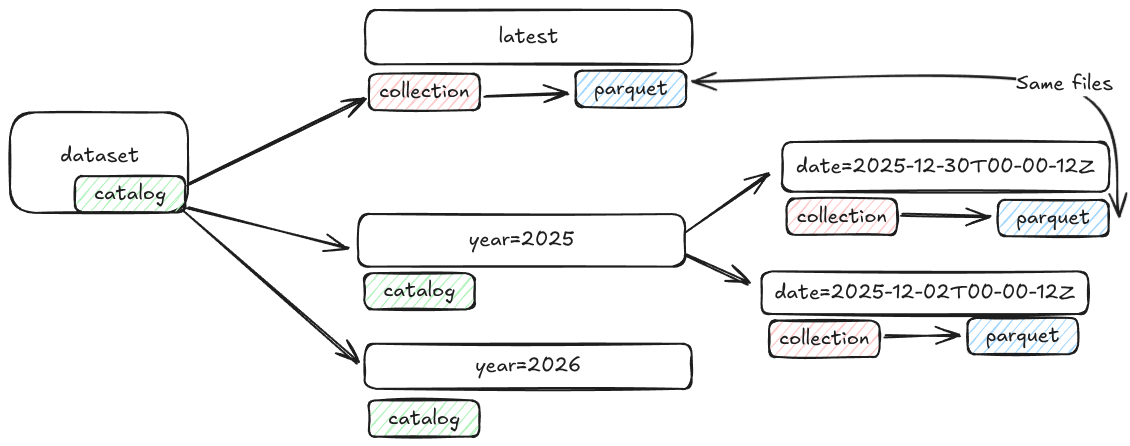
Above: docs/storage.structure.date.excalidraw.png in linz/topographic-system (Excalidraw), before the change. Source tidied: one line per element, renumbered; positions are measured from the earlier drawing's top-left corner, leaving out a move shared by most shapes.
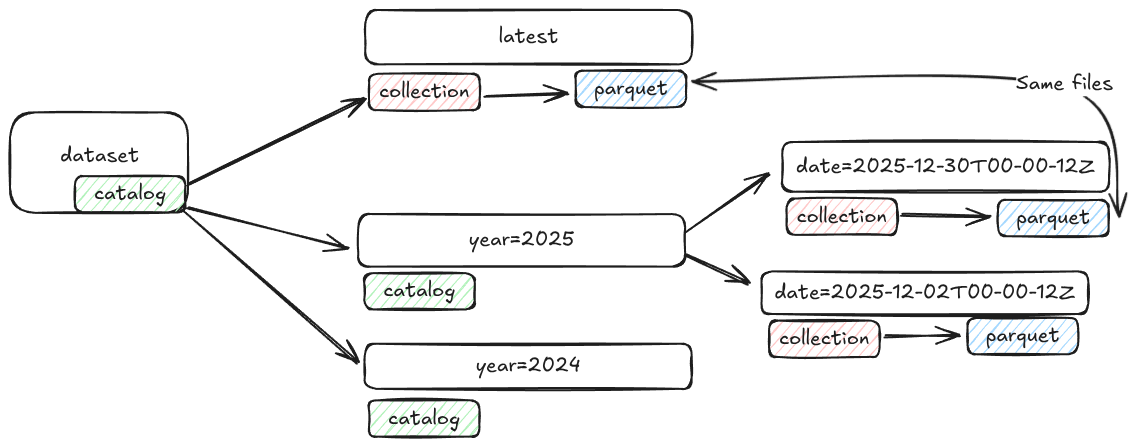
Above is the later version.

Commit message:
refactor: swap year to 2024

What changed in the source:
```diff
@@ -15,7 +15,7 @@
 {"id": 14, "type": "text", "text": "catalog", "strokeColor": "#1e1e1e", "backgroundColor": "#b2f2bb", "fillStyle": "hachure", "strokeWidth": 2, "roughness": 1, "fontSize": 20, "fontFamily": 5, "textAlign": "center", "verticalAlign": "middle", "inside": 13, "x": 374, "y": 269, "width": 72, "height": 25}
 {"id": 15, "type": "arrow", "strokeColor": "#1e1e1e", "backgroundColor": "#a5d8ff", "fillStyle": "hachure", "strokeWidth": 2, "roughness": 1, "endArrowhead": "arrow", "round": true, "from": 2, "to": 11, "x": 177, "y": 198, "width": 161, "height": 40, "points": [[0, 0], [161, 40]]}
 {"id": 16, "type": "rectangle", "strokeColor": "#1e1e1e", "strokeWidth": 2, "roughness": 1, "round": true, "x": 355, "y": 334, "width": 327, "height": 45}
-{"id": 17, "type": "text", "text": "year=2026", "strokeColor": "#1e1e1e", "backgroundColor": "#b2f2bb", "fillStyle": "hachure", "strokeWidth": 2, "roughness": 1, "fontSize": 20, "fontFamily": 5, "textAlign": "center", "verticalAlign": "middle", "inside": 16, "x": 465, "y": 344, "width": 106, "height": 25}
+{"id": 17, "type": "text", "text": "year=2024", "strokeColor": "#1e1e1e", "backgroundColor": "#b2f2bb", "fillStyle": "hachure", "strokeWidth": 2, "roughness": 1, "fontSize": 20, "fontFamily": 5, "textAlign": "center", "verticalAlign": "middle", "inside": 16, "x": 466, "y": 344, "width": 105, "height": 25}
 {"id": 18, "type": "arrow", "strokeColor": "#1e1e1e", "backgroundColor": "#a5d8ff", "fillStyle": "hachure", "strokeWidth": 2, "roughness": 1, "endArrowhead": "arrow", "round": true, "from": 2, "to": 16, "x": 173, "y": 201, "width": 175, "height": 152, "points": [[0, 0], [175, 152]]}
 {"id": 19, "type": "rectangle", "strokeColor": "#1e1e1e", "backgroundColor": "#a5d8ff", "fillStyle": "hachure", "strokeWidth": 2, "roughness": 1, "round": true, "x": 988, "y": 190, "width": 111, "height": 36}
 {"id": 20, "type": "text", "text": "parquet", "strokeColor": "#1e1e1e", "backgroundColor": "#b2f2bb", "fillStyle": "hachure", "strokeWidth": 2, "roughness": 1, "fontSize": 20, "fontFamily": 5, "textAlign": "center", "verticalAlign": "middle", "inside": 19, "x": 1006, "y": 196, "width": 74, "height": 25}
```
